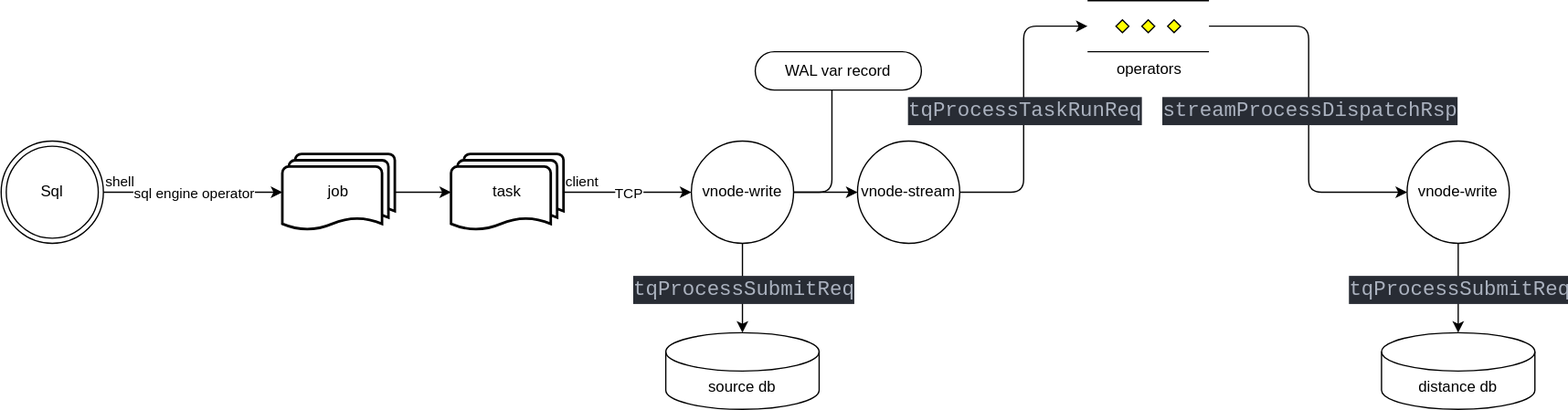
Earlier version of the draw.io export image/TDengine_stream_insert.drawio.svg (iTheds/itheds.github.io). Source tidied: cells renumbered, new cells last; positions are measured from the earlier drawing's top-left corner, leaving out a move shared by most shapes.
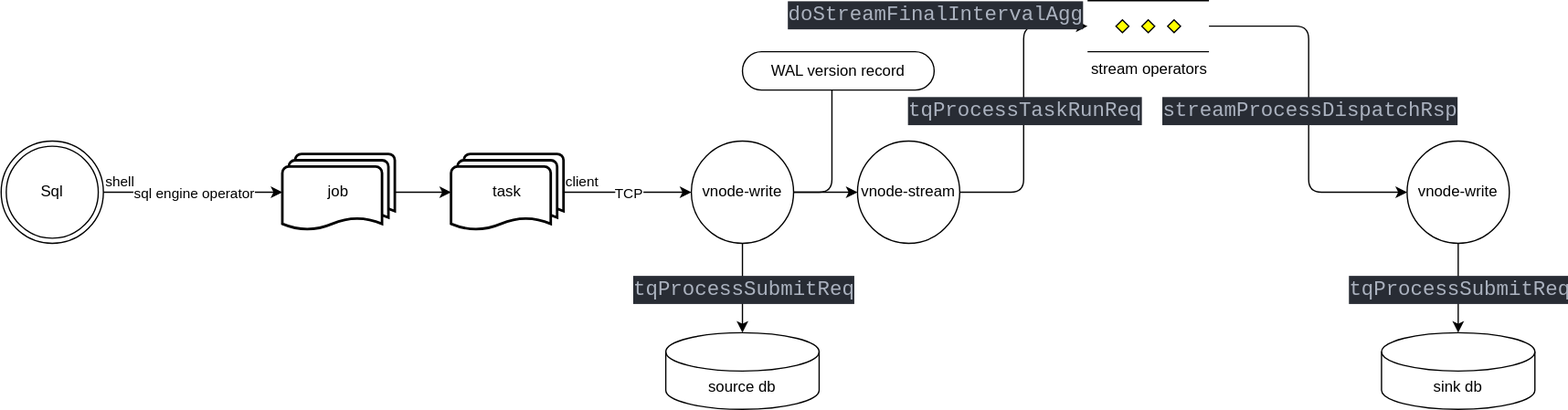
After the commit.

Change to the diagram source:
```diff
@@ -29,7 +29,7 @@
     <mxCell id="10" value="task" style="strokeWidth=2;html=1;shape=mxgraph.flowchart.multi-document;whiteSpace=wrap;" parent="1" vertex="1">
       <mxGeometry x="352" y="120" width="88" height="60" as="geometry" />
     </mxCell>
-    <mxCell id="11" value="distance db" style="shape=cylinder3;whiteSpace=wrap;html=1;boundedLbl=1;backgroundOutline=1;size=15;" parent="1" vertex="1">
+    <mxCell id="11" value="sink db" style="shape=cylinder3;whiteSpace=wrap;html=1;boundedLbl=1;backgroundOutline=1;size=15;" parent="1" vertex="1">
       <mxGeometry x="1080" y="260" width="120" height="60" as="geometry" />
     </mxCell>
     <mxCell id="12" value="source db" style="shape=cylinder3;whiteSpace=wrap;html=1;boundedLbl=1;backgroundOutline=1;size=15;" parent="1" vertex="1">
@@ -58,7 +58,7 @@
     <mxCell id="19" value="&lt;div style=&quot;color: rgb(171, 178, 191); background-color: rgb(40, 44, 52); font-family: &amp;quot;Cascadia Code&amp;quot;, &amp;quot;Cascadia Code&amp;quot;, monospace, &amp;quot;Droid Sans Mono&amp;quot;, &amp;quot;monospace&amp;quot;, monospace; font-weight: normal; font-size: 16px; line-height: 22px;&quot;&gt;&lt;div&gt;tqProcessSubmitReq&lt;/div&gt;&lt;/div&gt;" style="edgeLabel;html=1;align=center;verticalAlign=middle;" parent="18" vertex="1">
       <mxGeometry relative="1" as="geometry" />
     </mxCell>
-    <mxCell id="20" value="operators" style="verticalLabelPosition=bottom;verticalAlign=top;html=1;shape=mxgraph.flowchart.parallel_mode;fillStyle=auto;" parent="1" vertex="1">
+    <mxCell id="20" value="stream operators" style="verticalLabelPosition=bottom;verticalAlign=top;html=1;shape=mxgraph.flowchart.parallel_mode;fillStyle=auto;" parent="1" vertex="1">
       <mxGeometry x="850" width="95" height="40" as="geometry" />
     </mxCell>
     <mxCell id="21" style="endArrow=classic;html=1;rounded=1;edgeStyle=elbowEdgeStyle;" parent="1" edge="1" source="13" target="20">
@@ -67,6 +67,11 @@
     <mxCell id="22" value="&lt;div style=&quot;color: rgb(171, 178, 191); background-color: rgb(40, 44, 52); font-family: &amp;quot;Cascadia Code&amp;quot;, &amp;quot;Cascadia Code&amp;quot;, monospace, &amp;quot;Droid Sans Mono&amp;quot;, &amp;quot;monospace&amp;quot;, monospace; font-weight: normal; font-size: 16px; line-height: 22px;&quot;&gt;&lt;div&gt;tqProcessTaskRunReq&lt;/div&gt;&lt;/div&gt;" style="edgeLabel;html=1;align=center;verticalAlign=middle;" parent="21" vertex="1">
       <mxGeometry relative="1" as="geometry" />
     </mxCell>
+    <mxCell id="29" value="&lt;div style=&quot;color: rgb(171, 178, 191); background-color: rgb(40, 44, 52); font-family: &amp;quot;Cascadia Code&amp;quot;, &amp;quot;Cascadia Code&amp;quot;, monospace, &amp;quot;Droid Sans Mono&amp;quot;, &amp;quot;monospace&amp;quot;, monospace; font-weight: normal; font-size: 16px; line-height: 22px;&quot;&gt;&lt;div&gt;doStreamFinalIntervalAgg&lt;/div&gt;&lt;/div&gt;" style="edgeLabel;html=1;align=center;verticalAlign=middle;" parent="21" vertex="1">
+      <mxGeometry x="0.7" y="1" relative="1" as="geometry">
+        <mxPoint x="-86" y="-9" as="offset" />
+      </mxGeometry>
+    </mxCell>
     <mxCell id="23" style="endArrow=classic;html=1;rounded=1;edgeStyle=elbowEdgeStyle;" parent="1" edge="1" source="20" target="14">
       <mxGeometry relative="1" as="geometry" />
     </mxCell>
@@ -79,8 +84,8 @@
     <mxCell id="26" value="&lt;div style=&quot;color: rgb(171, 178, 191); background-color: rgb(40, 44, 52); font-family: &amp;quot;Cascadia Code&amp;quot;, &amp;quot;Cascadia Code&amp;quot;, monospace, &amp;quot;Droid Sans Mono&amp;quot;, &amp;quot;monospace&amp;quot;, monospace; font-weight: normal; font-size: 16px; line-height: 22px;&quot;&gt;&lt;div&gt;tqProcessSubmitReq&lt;/div&gt;&lt;/div&gt;" style="edgeLabel;html=1;align=center;verticalAlign=middle;" parent="25" vertex="1">
       <mxGeometry relative="1" as="geometry" />
     </mxCell>
-    <mxCell id="27" value="WAL var record" style="whiteSpace=wrap;html=1;rounded=1;arcSize=50;align=center;verticalAlign=middle;strokeWidth=1;spacing=4;newEdgeStyle={&quot;edgeStyle&quot;:&quot;entityRelationEdgeStyle&quot;,&quot;startArrow&quot;:&quot;none&quot;,&quot;endArrow&quot;:&quot;none&quot;,&quot;segment&quot;:10,&quot;curved&quot;:1,&quot;sourcePerimeterSpacing&quot;:0,&quot;targetPerimeterSpacing&quot;:0};" parent="1" vertex="1">
-      <mxGeometry x="590" y="40" width="130" height="30" as="geometry" />
+    <mxCell id="27" value="WAL version record" style="whiteSpace=wrap;html=1;rounded=1;arcSize=50;align=center;verticalAlign=middle;strokeWidth=1;spacing=4;newEdgeStyle={&quot;edgeStyle&quot;:&quot;entityRelationEdgeStyle&quot;,&quot;startArrow&quot;:&quot;none&quot;,&quot;endArrow&quot;:&quot;none&quot;,&quot;segment&quot;:10,&quot;curved&quot;:1,&quot;sourcePerimeterSpacing&quot;:0,&quot;targetPerimeterSpacing&quot;:0};" parent="1" vertex="1">
+      <mxGeometry x="580" y="40" width="150" height="30" as="geometry" />
     </mxCell>
     <mxCell id="28" style="edgeStyle=orthogonalEdgeStyle;startArrow=none;endArrow=none;segment=10;sourcePerimeterSpacing=0;targetPerimeterSpacing=0;rounded=1;" parent="1" edge="1" source="9" target="27">
       <mxGeometry relative="1" as="geometry">
```
